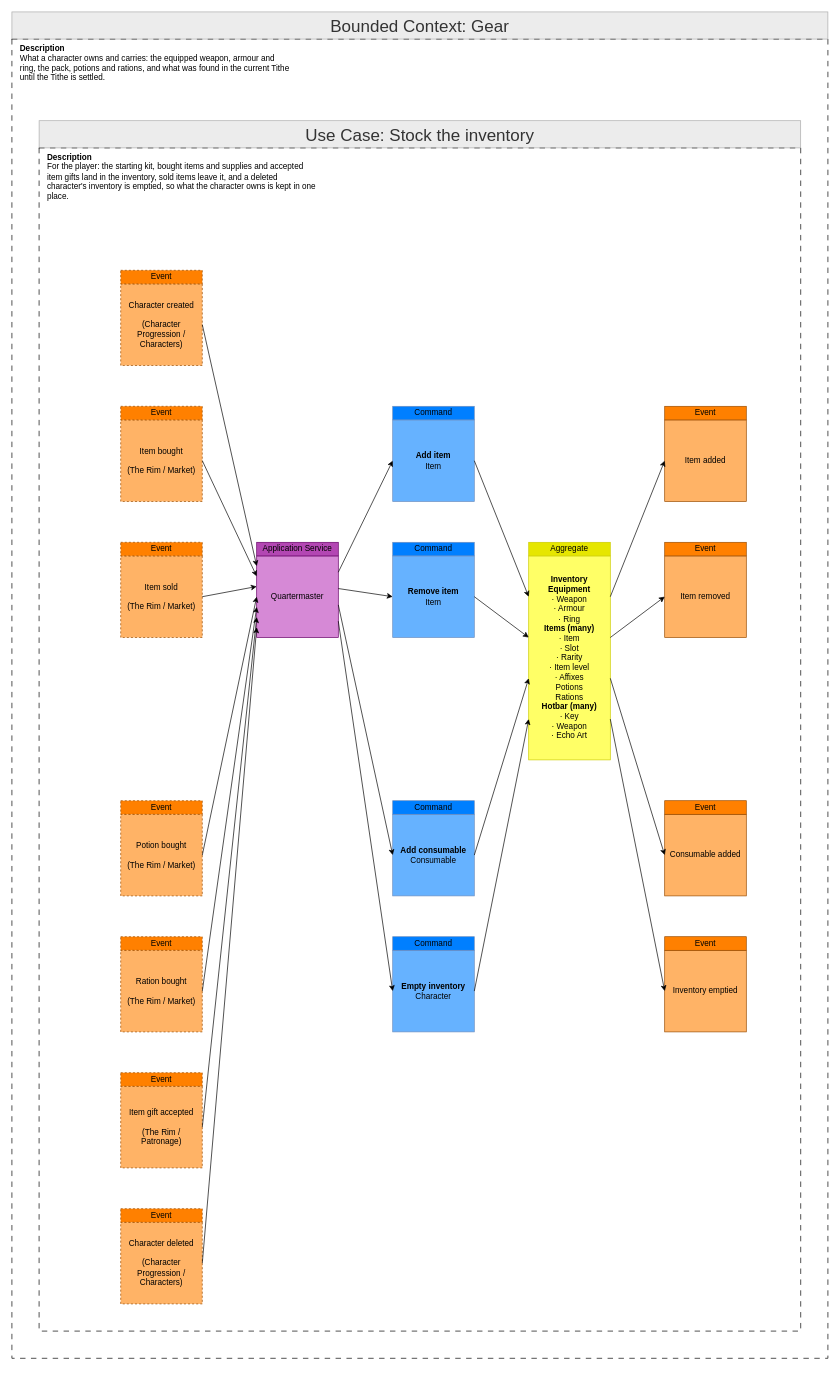
Earlier version of the draw.io diagram ProductOwner/contexts/gear/models/Feature-005-stock-the-inventory.drawio (tokeboisen/themaw). Source tidied: cells renumbered, new cells numbered last; positions are measured from the earlier drawing's top-left corner, leaving out a move shared by most shapes. Both pictures are drawn from the tidied source at 68%, with x=0, y=0 at pixel (12, 12).
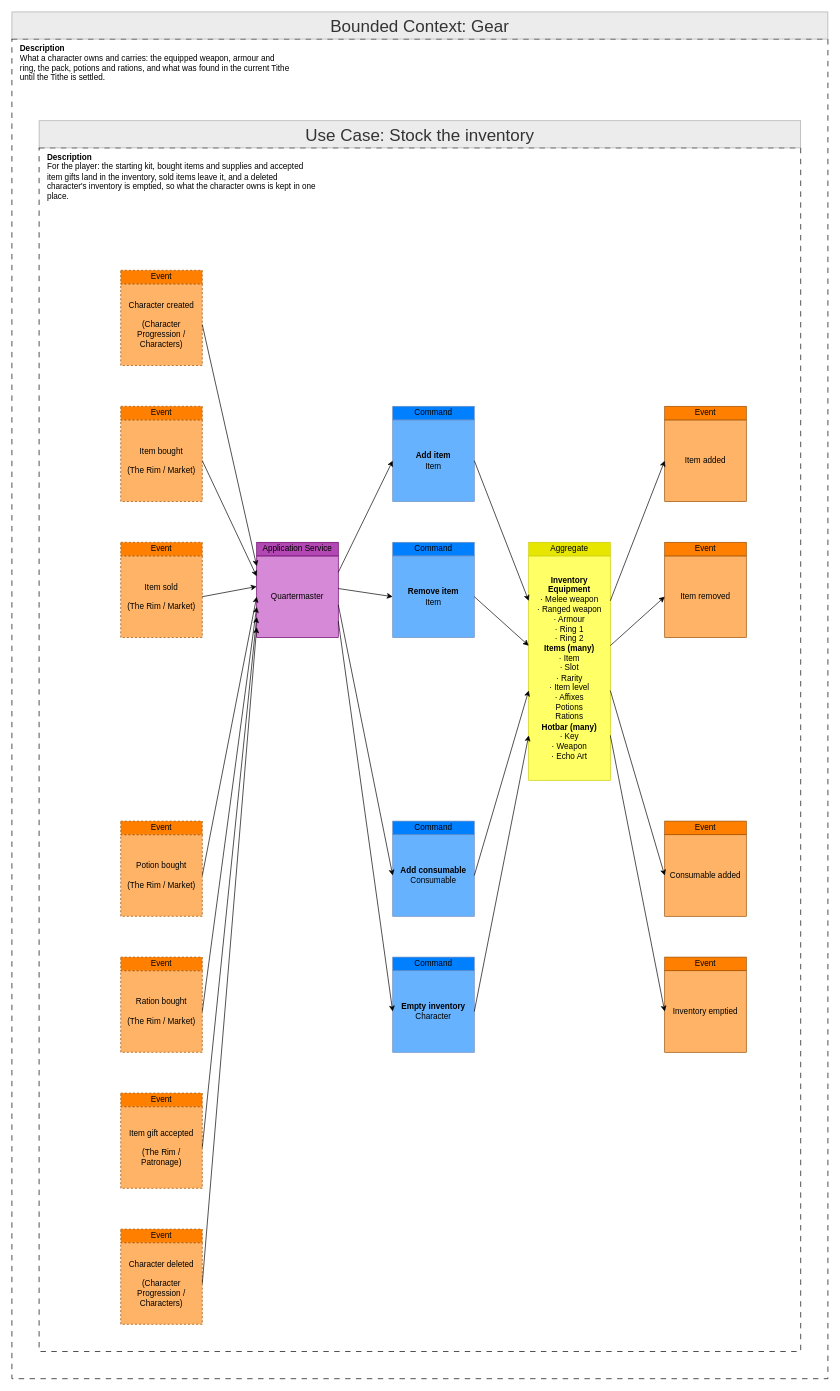
After the change.

Diff of the diagram source:
```diff
@@
     <mxCell id="2" style="rounded=0;whiteSpace=wrap;html=1;fillColor=none;dashed=1;dashPattern=8 8;" parent="1" vertex="1">
-      <mxGeometry y="40" width="1200" height="1940" as="geometry" />
+      <mxGeometry y="40" width="1200" height="1970" as="geometry" />
     </mxCell>
@@
     <mxCell id="5" style="rounded=0;whiteSpace=wrap;html=1;fillColor=none;dashed=1;dashPattern=8 8;" parent="1" vertex="1">
-      <mxGeometry x="40" y="200" width="1120" height="1740" as="geometry" />
+      <mxGeometry x="40" y="200" width="1120" height="1770" as="geometry" />
     </mxCell>
@@
     <mxCell id="14" value="Potion bought&lt;br&gt;&lt;br&gt;(The Rim / Market)" style="rounded=0;whiteSpace=wrap;html=1;labelBackgroundColor=none;fillColor=#FFB366;strokeColor=#994C00;dashed=1;" parent="1" vertex="1">
-      <mxGeometry x="160" y="1180" width="120" height="120" as="geometry" />
+      <mxGeometry x="160" y="1210" width="120" height="120" as="geometry" />
     </mxCell>
     <mxCell id="15" value="Event" style="rounded=0;whiteSpace=wrap;html=1;labelBackgroundColor=none;fillColor=#FF8000;strokeColor=#994C00;dashed=1;" parent="1" vertex="1">
-      <mxGeometry x="160" y="1160" width="120" height="20" as="geometry" />
+      <mxGeometry x="160" y="1190" width="120" height="20" as="geometry" />
     </mxCell>
     <mxCell id="16" value="Ration bought&lt;br&gt;&lt;br&gt;(The Rim / Market)" style="rounded=0;whiteSpace=wrap;html=1;labelBackgroundColor=none;fillColor=#FFB366;strokeColor=#994C00;dashed=1;" parent="1" vertex="1">
-      <mxGeometry x="160" y="1380" width="120" height="120" as="geometry" />
+      <mxGeometry x="160" y="1410" width="120" height="120" as="geometry" />
     </mxCell>
     <mxCell id="17" value="Event" style="rounded=0;whiteSpace=wrap;html=1;labelBackgroundColor=none;fillColor=#FF8000;strokeColor=#994C00;dashed=1;" parent="1" vertex="1">
-      <mxGeometry x="160" y="1360" width="120" height="20" as="geometry" />
+      <mxGeometry x="160" y="1390" width="120" height="20" as="geometry" />
     </mxCell>
     <mxCell id="18" value="Item gift accepted&lt;br&gt;&lt;br&gt;(The Rim / Patronage)" style="rounded=0;whiteSpace=wrap;html=1;labelBackgroundColor=none;fillColor=#FFB366;strokeColor=#994C00;dashed=1;" parent="1" vertex="1">
-      <mxGeometry x="160" y="1580" width="120" height="120" as="geometry" />
+      <mxGeometry x="160" y="1610" width="120" height="120" as="geometry" />
     </mxCell>
     <mxCell id="19" value="Event" style="rounded=0;whiteSpace=wrap;html=1;labelBackgroundColor=none;fillColor=#FF8000;strokeColor=#994C00;dashed=1;" parent="1" vertex="1">
-      <mxGeometry x="160" y="1560" width="120" height="20" as="geometry" />
+      <mxGeometry x="160" y="1590" width="120" height="20" as="geometry" />
     </mxCell>
@@
     <mxCell id="26" value="&lt;b&gt;Add consumable&lt;/b&gt;&lt;br&gt;Consumable" style="rounded=0;whiteSpace=wrap;html=1;labelBackgroundColor=none;fillColor=#66B2FF;strokeColor=#6C8EBF;" parent="1" vertex="1">
-      <mxGeometry x="560" y="1180" width="120" height="120" as="geometry" />
+      <mxGeometry x="560" y="1210" width="120" height="120" as="geometry" />
     </mxCell>
     <mxCell id="27" value="Command" style="rounded=0;whiteSpace=wrap;html=1;labelBackgroundColor=none;fillColor=#007FFF;strokeColor=#6C8EBF;" parent="1" vertex="1">
-      <mxGeometry x="560" y="1160" width="120" height="20" as="geometry" />
+      <mxGeometry x="560" y="1190" width="120" height="20" as="geometry" />
     </mxCell>
-    <mxCell id="28" value="&lt;b&gt;Inventory&lt;/b&gt;&lt;br&gt;&lt;b&gt;Equipment&lt;/b&gt;&lt;br&gt;· Weapon&lt;br&gt;· Armour&lt;br&gt;· Ring&lt;br&gt;&lt;b&gt;Items (many)&lt;/b&gt;&lt;br&gt;· Item&lt;br&gt;· Slot&lt;br&gt;· Rarity&lt;br&gt;· Item level&lt;br&gt;· Affixes&lt;br&gt;Potions&lt;br&gt;Rations&lt;br&gt;&lt;b&gt;Hotbar (many)&lt;/b&gt;&lt;br&gt;· Key&lt;br&gt;· Weapon&lt;br&gt;· Echo Art" style="rounded=0;whiteSpace=wrap;html=1;labelBackgroundColor=none;fillColor=#FFFF66;strokeColor=#CCCC00;" parent="1" vertex="1">
-      <mxGeometry x="760" y="800" width="120" height="300" as="geometry" />
+    <mxCell id="28" value="&lt;b&gt;Inventory&lt;/b&gt;&lt;br&gt;&lt;b&gt;Equipment&lt;/b&gt;&lt;br&gt;· Melee weapon&lt;br&gt;· Ranged weapon&lt;br&gt;· Armour&lt;br&gt;· Ring 1&lt;br&gt;· Ring 2&lt;br&gt;&lt;b&gt;Items (many)&lt;/b&gt;&lt;br&gt;· Item&lt;br&gt;· Slot&lt;br&gt;· Rarity&lt;br&gt;· Item level&lt;br&gt;· Affixes&lt;br&gt;Potions&lt;br&gt;Rations&lt;br&gt;&lt;b&gt;Hotbar (many)&lt;/b&gt;&lt;br&gt;· Key&lt;br&gt;· Weapon&lt;br&gt;· Echo Art" style="rounded=0;whiteSpace=wrap;html=1;labelBackgroundColor=none;fillColor=#FFFF66;strokeColor=#CCCC00;" parent="1" vertex="1">
+      <mxGeometry x="760" y="800" width="120" height="330" as="geometry" />
     </mxCell>
@@
     <mxCell id="34" value="Consumable added" style="rounded=0;whiteSpace=wrap;html=1;labelBackgroundColor=none;fillColor=#FFB366;strokeColor=#994C00;" parent="1" vertex="1">
-      <mxGeometry x="960" y="1180" width="120" height="120" as="geometry" />
+      <mxGeometry x="960" y="1210" width="120" height="120" as="geometry" />
     </mxCell>
     <mxCell id="35" value="Event" style="rounded=0;whiteSpace=wrap;html=1;labelBackgroundColor=none;fillColor=#FF8000;strokeColor=#994C00;" parent="1" vertex="1">
-      <mxGeometry x="960" y="1160" width="120" height="20" as="geometry" />
+      <mxGeometry x="960" y="1190" width="120" height="20" as="geometry" />
     </mxCell>
     <mxCell id="36" value="Character deleted&lt;br&gt;&lt;br&gt;(Character Progression / Characters)" style="rounded=0;whiteSpace=wrap;html=1;labelBackgroundColor=none;fillColor=#FFB366;strokeColor=#994C00;dashed=1;" parent="1" vertex="1">
-      <mxGeometry x="160" y="1780" width="120" height="120" as="geometry" />
+      <mxGeometry x="160" y="1810" width="120" height="120" as="geometry" />
     </mxCell>
     <mxCell id="37" value="Event" style="rounded=0;whiteSpace=wrap;html=1;labelBackgroundColor=none;fillColor=#FF8000;strokeColor=#994C00;dashed=1;" parent="1" vertex="1">
-      <mxGeometry x="160" y="1760" width="120" height="20" as="geometry" />
+      <mxGeometry x="160" y="1790" width="120" height="20" as="geometry" />
     </mxCell>
     <mxCell id="38" value="&lt;b&gt;Empty inventory&lt;/b&gt;&lt;br&gt;Character" style="rounded=0;whiteSpace=wrap;html=1;labelBackgroundColor=none;fillColor=#66B2FF;strokeColor=#6C8EBF;" parent="1" vertex="1">
-      <mxGeometry x="560" y="1380" width="120" height="120" as="geometry" />
+      <mxGeometry x="560" y="1410" width="120" height="120" as="geometry" />
     </mxCell>
     <mxCell id="39" value="Command" style="rounded=0;whiteSpace=wrap;html=1;labelBackgroundColor=none;fillColor=#007FFF;strokeColor=#6C8EBF;" parent="1" vertex="1">
-      <mxGeometry x="560" y="1360" width="120" height="20" as="geometry" />
+      <mxGeometry x="560" y="1390" width="120" height="20" as="geometry" />
     </mxCell>
     <mxCell id="40" value="Inventory emptied" style="rounded=0;whiteSpace=wrap;html=1;labelBackgroundColor=none;fillColor=#FFB366;strokeColor=#994C00;" parent="1" vertex="1">
-      <mxGeometry x="960" y="1380" width="120" height="120" as="geometry" />
+      <mxGeometry x="960" y="1410" width="120" height="120" as="geometry" />
     </mxCell>
     <mxCell id="41" value="Event" style="rounded=0;whiteSpace=wrap;html=1;labelBackgroundColor=none;fillColor=#FF8000;strokeColor=#994C00;" parent="1" vertex="1">
-      <mxGeometry x="960" y="1360" width="120" height="20" as="geometry" />
+      <mxGeometry x="960" y="1390" width="120" height="20" as="geometry" />
     </mxCell>
```
